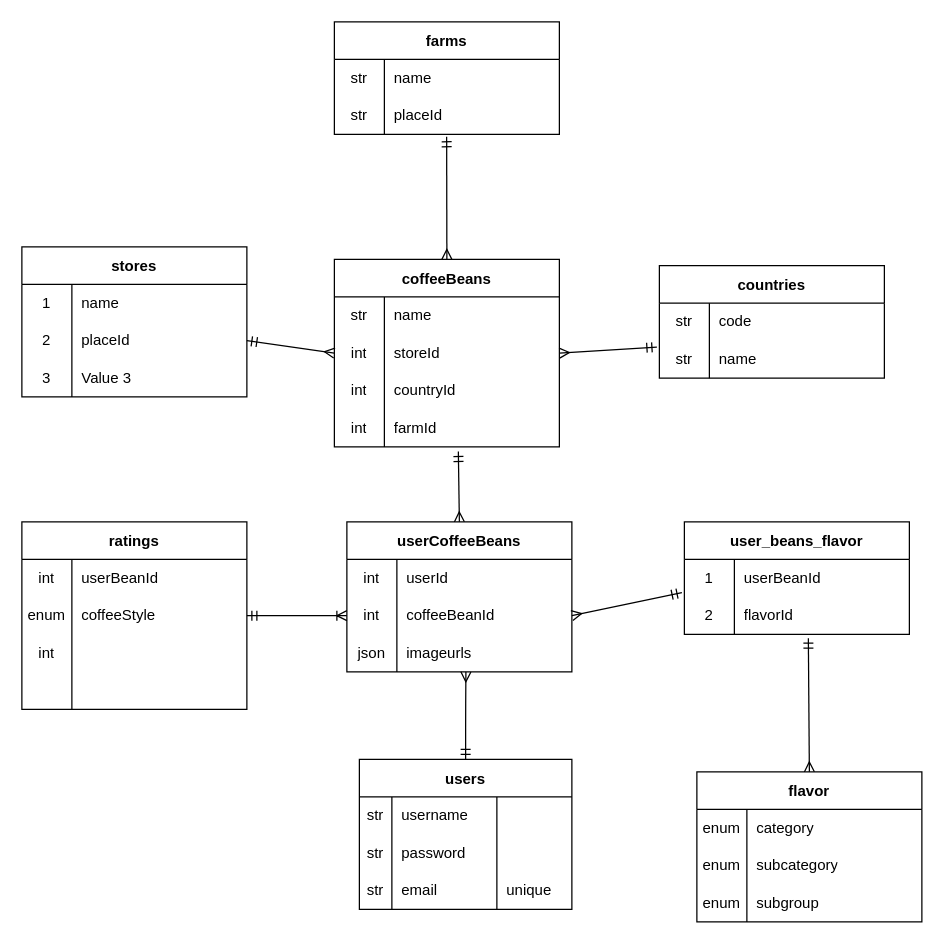
Before: table.drawio in ina0311/coffee_bean, a draw.io diagram. Source tidied: cells renumbered, new cells numbered last; positions are measured from the earlier drawing's top-left corner, leaving out a move shared by most shapes. Both pictures are drawn from the tidied source at 125%, with x=0, y=0 at pixel (21, 21).
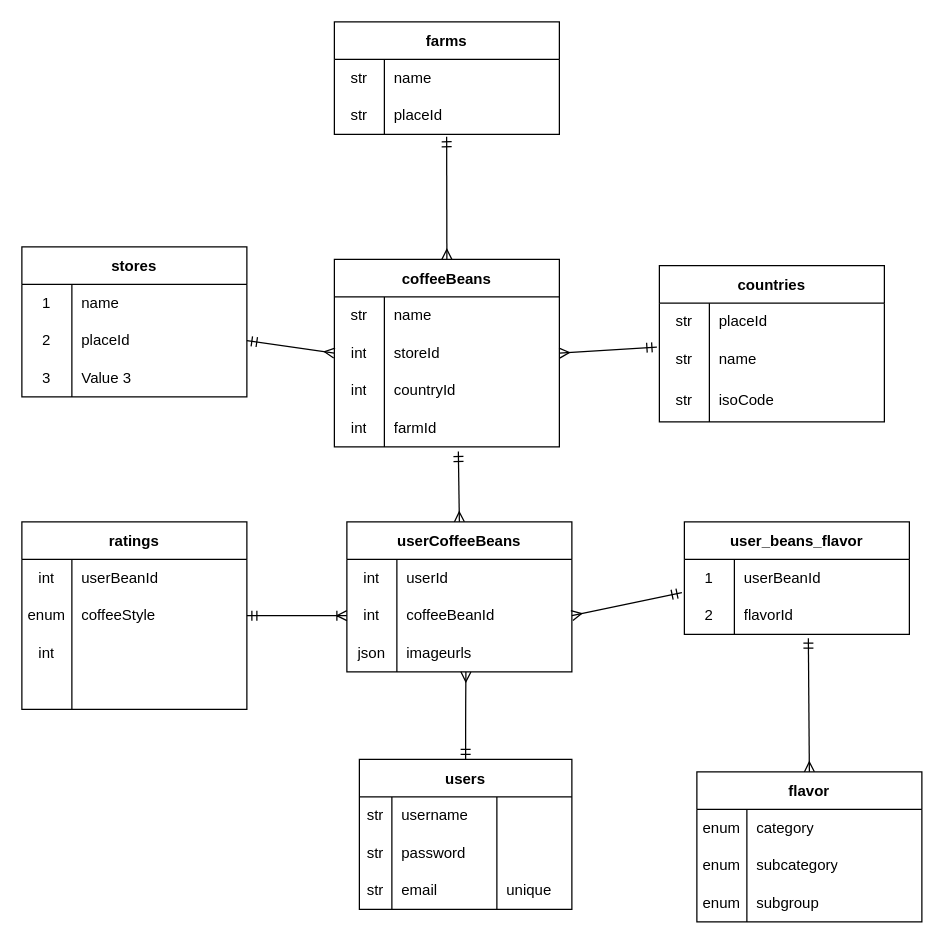
The same page after the edit.

The change refers to these unchanged cells:
```xml
<mxCell id="31" style="shape=tableRow;horizontal=0;startSize=0;swimlaneHead=0;swimlaneBody=0;top=0;left=0;bottom=0;right=0;fillColor=none;" parent="30" vertex="1">
  <mxGeometry y="30" width="180" height="30" as="geometry" />
</mxCell>
```

Diff of the diagram source:
```diff
@@
     <mxCell id="30" value="countries" style="shape=table;startSize=30;childLayout=tableLayout;rowLines=0;fontStyle=1;" parent="1" vertex="1">
-      <mxGeometry x="510" y="195" width="180" height="90" as="geometry" />
+      <mxGeometry x="510" y="195" width="180" height="125" as="geometry" />
     </mxCell>
@@
-    <mxCell id="33" value="code" style="shape=partialRectangle;html=1;whiteSpace=wrap;fillColor=none;top=0;left=0;bottom=0;right=0;align=left;spacingLeft=6;overflow=hidden;" parent="31" vertex="1">
+    <mxCell id="33" value="placeId" style="shape=partialRectangle;html=1;whiteSpace=wrap;fillColor=none;top=0;left=0;bottom=0;right=0;align=left;spacingLeft=6;overflow=hidden;" parent="31" vertex="1">
       <mxGeometry x="40" width="140" height="30" as="geometry" />
     </mxCell>
@@
+    <mxCell id="100" style="shape=tableRow;horizontal=0;startSize=0;swimlaneHead=0;swimlaneBody=0;top=0;left=0;bottom=0;right=0;fillColor=none;" parent="30" vertex="1">
+      <mxGeometry y="90" width="180" height="35" as="geometry" />
+    </mxCell>
+    <mxCell id="101" value="str" style="shape=partialRectangle;html=1;whiteSpace=wrap;fillColor=none;top=0;left=0;bottom=0;right=0;overflow=hidden;" parent="100" vertex="1">
+      <mxGeometry width="40" height="35" as="geometry" />
+    </mxCell>
+    <mxCell id="102" value="isoCode" style="shape=partialRectangle;html=1;whiteSpace=wrap;fillColor=none;top=0;left=0;bottom=0;right=0;align=left;spacingLeft=6;overflow=hidden;" parent="100" vertex="1">
+      <mxGeometry x="40" width="140" height="35" as="geometry" />
+    </mxCell>
```
